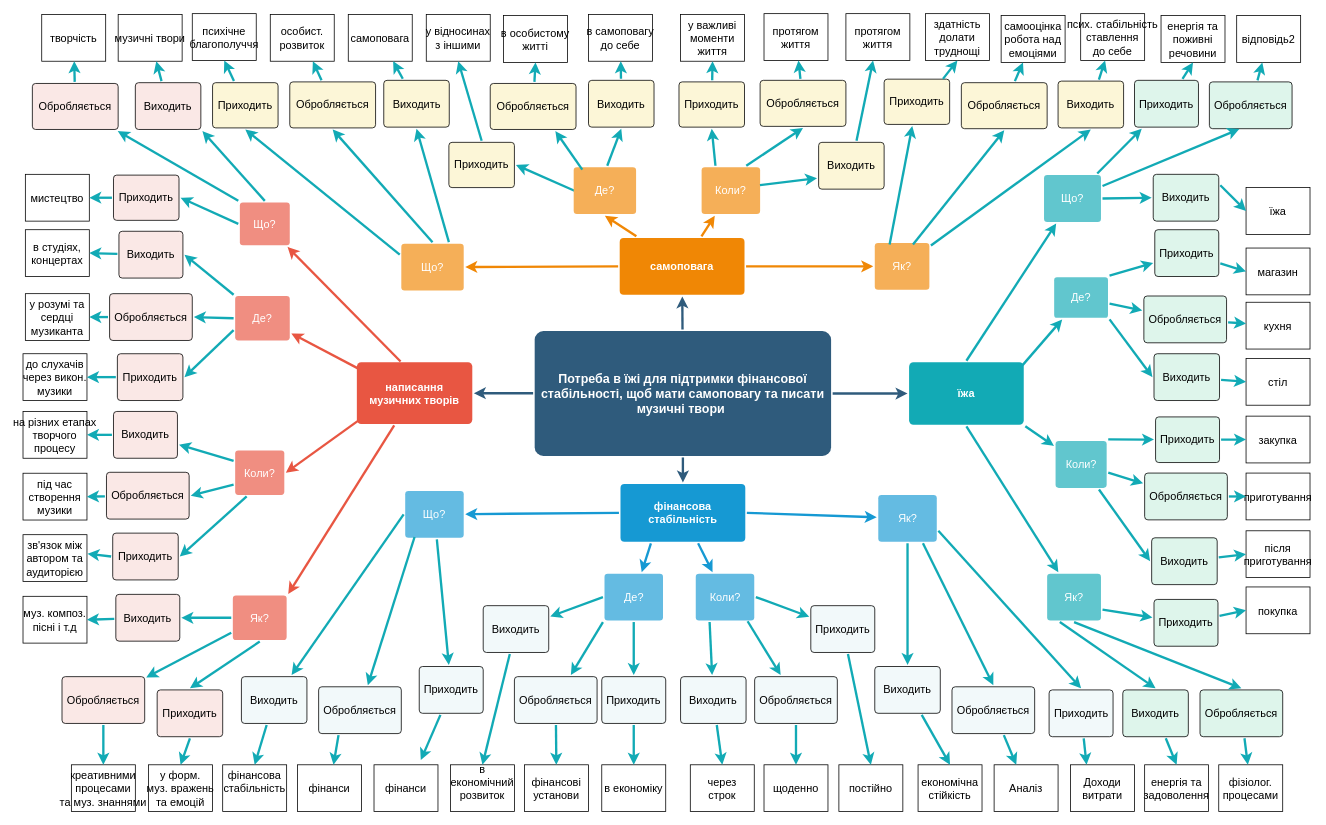
oleksandrblazhko/ai-215-saulyak keeps this draw.io diagram as 1-SoftwareRequirements/1.1-DeterminingConsumerNeeds/1.1.2-MaterialNeedsDetails/map.drawio. Above is the earlier version. Source tidied: cells renumbered, new cells numbered last; positions are measured from the earlier drawing's top-left corner, leaving out a move shared by most shapes. Both pictures are drawn from the tidied source at 78%, with x=0, y=0 at pixel (23, 13).
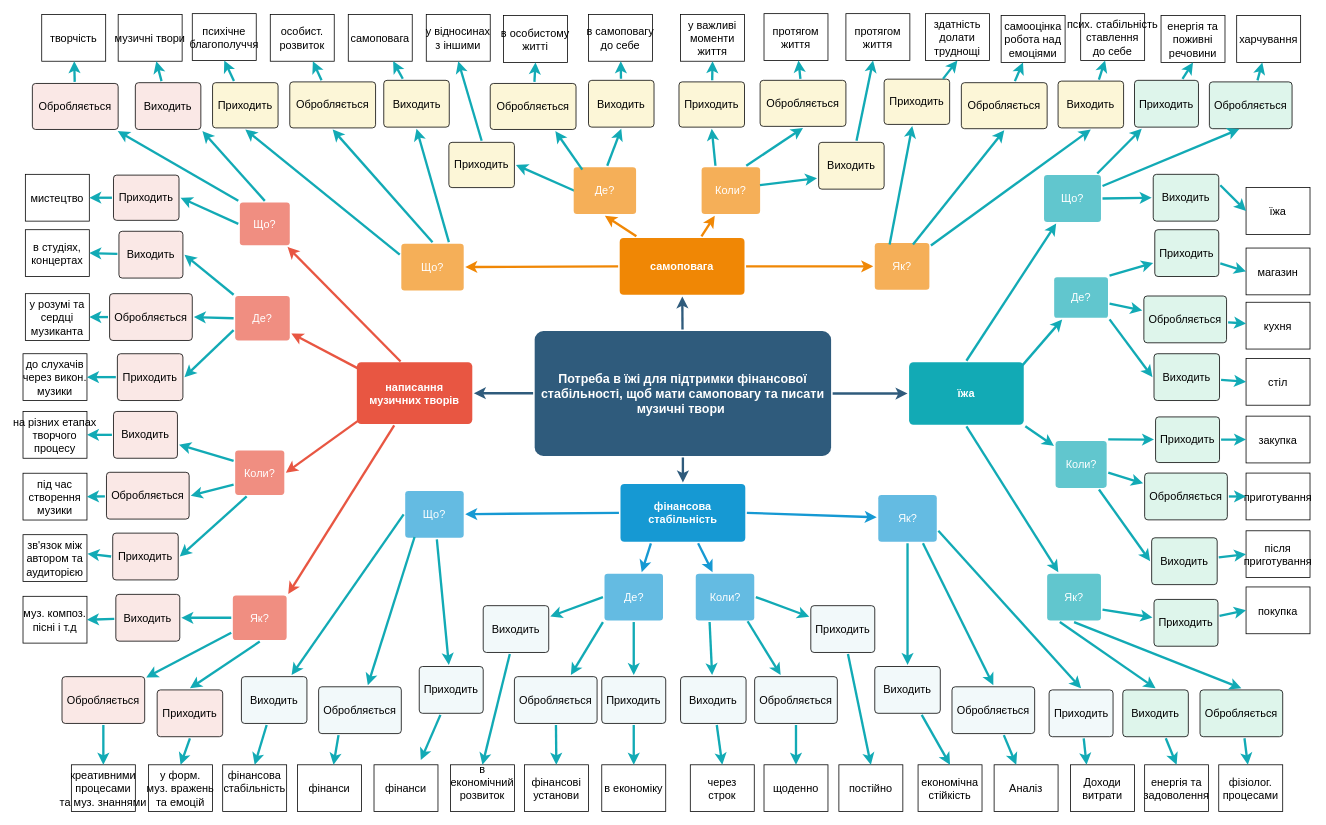
The same diagram, later.

Diff of the diagram source:
```diff
@@
-    <mxCell id="49" value="відповідь2" style="fontFamily=Helvetica;fontSize=14;" parent="1" vertex="1">
+    <mxCell id="49" value="харчування" style="fontFamily=Helvetica;fontSize=14;" parent="1" vertex="1">
       <mxGeometry x="1556" y="2.5" width="82" height="60" as="geometry" />
     </mxCell>
```
